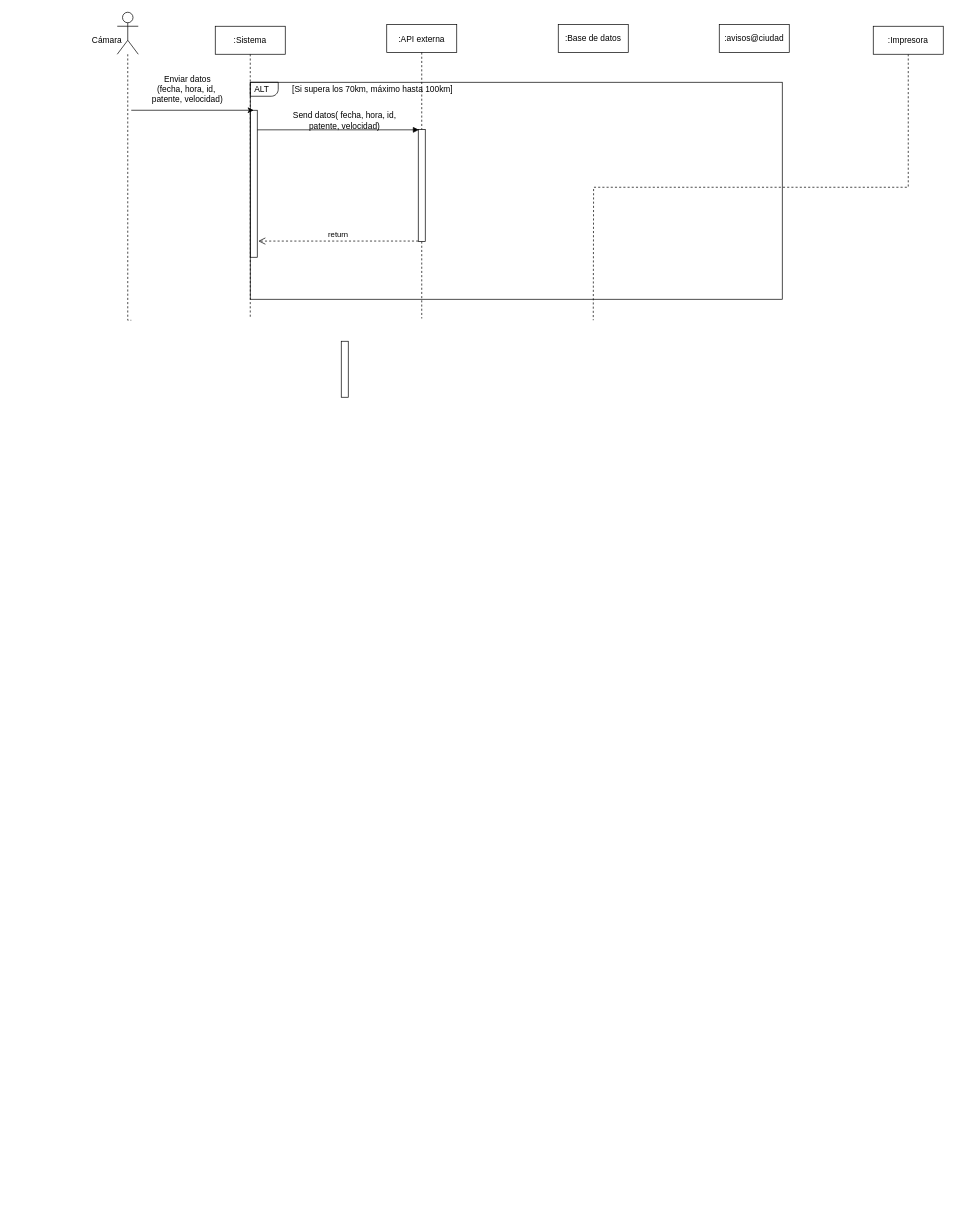
Earlier version of the draw.io diagram diagrama/Diagrama sin título.drawio (Tomas123-alt/izo-isw1-tpds). Source tidied: cells renumbered, new cells numbered last; positions are measured from the earlier drawing's top-left corner, leaving out a move shared by most shapes. Both pictures are drawn from the tidied source at 70%, with x=0, y=0 at pixel (82, 12).
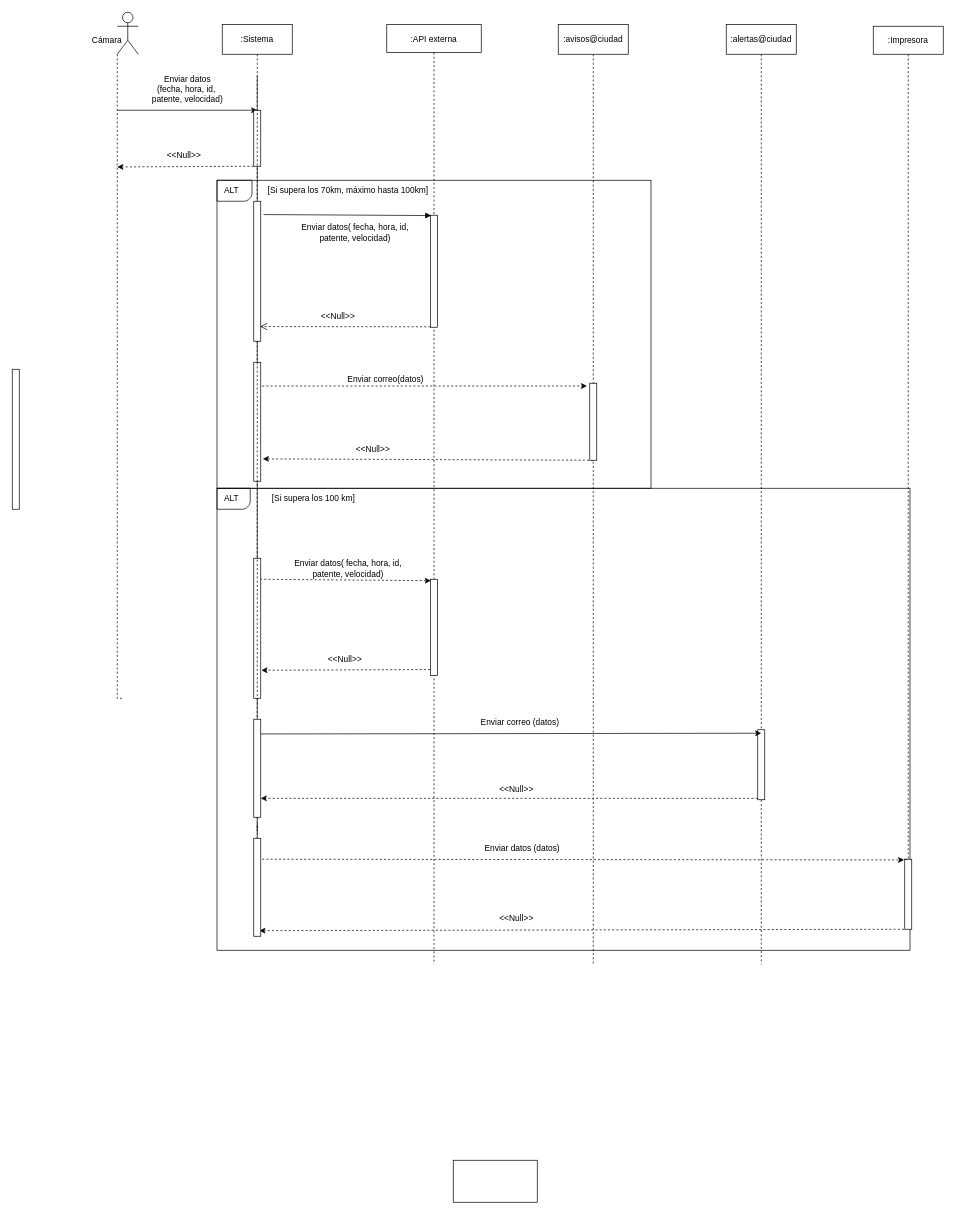
The same diagram, later.

The change refers to these unchanged cells:
```xml
<mxCell id="9" style="shape=umlActor;verticalLabelPosition=bottom;verticalAlign=top;html=1;outlineConnect=0;" parent="1" vertex="1">
  <mxGeometry x="50" width="30" height="60" as="geometry" />
</mxCell>
```

Diff of the diagram source:
```diff
@@
-    <mxCell id="2" value=":Sistema" style="shape=umlLifeline;perimeter=lifelinePerimeter;rounded=0;shadow=0;strokeWidth=1;size=40;" parent="1" vertex="1">
-      <mxGeometry x="190" y="20" width="100" height="415" as="geometry" />
-    </mxCell>
-    <mxCell id="3" style="points=[];perimeter=orthogonalPerimeter;rounded=0;shadow=0;strokeWidth=1;" parent="2" vertex="1">
-      <mxGeometry x="50" y="120" width="10" height="210" as="geometry" />
-    </mxCell>
     <mxCell id="4" value=":API externa" style="shape=umlLifeline;perimeter=lifelinePerimeter;rounded=0;shadow=0;strokeWidth=1;" parent="1" vertex="1">
-      <mxGeometry x="435" y="17.5" width="100" height="420" as="geometry" />
+      <mxGeometry x="435" y="17.5" width="135" height="1342.5" as="geometry" />
     </mxCell>
     <mxCell id="5" style="points=[];perimeter=orthogonalPerimeter;rounded=0;shadow=0;strokeWidth=1;" parent="4" vertex="1">
-      <mxGeometry x="45" y="150" width="10" height="160" as="geometry" />
+      <mxGeometry x="62.5" y="272.5" width="10" height="160" as="geometry" />
     </mxCell>
+    <mxCell id="23" style="points=[];perimeter=orthogonalPerimeter;rounded=0;shadow=0;strokeWidth=1;" parent="4" vertex="1">
+      <mxGeometry x="62.5" y="792.5" width="10" height="137.5" as="geometry" />
+    </mxCell>
+    <mxCell id="24" value="Enviar correo(datos)" style="text;html=1;align=center;verticalAlign=middle;strokeColor=none;fillColor=none;fontSize=12;" parent="4" vertex="1">
+      <mxGeometry x="-67.5" y="492.5" width="130" height="30" as="geometry" />
+    </mxCell>
-    <mxCell id="6" value="return" style="verticalAlign=bottom;endArrow=open;dashed=1;endSize=8;shadow=0;strokeWidth=1;entryX=1.15;entryY=0.89;entryDx=0;entryDy=0;entryPerimeter=0;exitX=0;exitY=0.996;exitDx=0;exitDy=0;exitPerimeter=0;" parent="1" edge="1" source="5" target="3">
+    <mxCell id="6" style="verticalAlign=bottom;endArrow=open;dashed=1;endSize=8;shadow=0;strokeWidth=1;entryX=0.9;entryY=0.895;entryDx=0;entryDy=0;entryPerimeter=0;exitX=0;exitY=0.996;exitDx=0;exitDy=0;exitPerimeter=0;fontSize=12;rounded=0;" parent="1" edge="1" source="5" target="54">
       <mxGeometry relative="1" as="geometry" />
     </mxCell>
-    <mxCell id="7" style="verticalAlign=bottom;endArrow=block;shadow=0;strokeWidth=1;entryX=0.1;entryY=0.003;entryDx=0;entryDy=0;entryPerimeter=0;" parent="1" edge="1" source="3" target="5">
+    <mxCell id="7" style="verticalAlign=bottom;endArrow=block;shadow=0;strokeWidth=1;entryX=0.1;entryY=0.003;entryDx=0;entryDy=0;entryPerimeter=0;exitX=1.4;exitY=0.095;exitDx=0;exitDy=0;exitPerimeter=0;" parent="1" edge="1" source="54" target="5">
       <mxGeometry relative="1" as="geometry" />
     </mxCell>
     <mxCell id="8" style="edgeStyle=orthogonalEdgeStyle;rounded=0;jettySize=auto;html=1;dashed=1;endArrow=none;endFill=0;" parent="1" edge="1" source="9">
       <mxGeometry relative="1" as="geometry">
-        <mxPoint x="70" y="440" as="targetPoint" />
+        <mxPoint x="60" y="980" as="targetPoint" />
         <Array as="points">
-          <mxPoint x="65" y="110" />
-          <mxPoint x="65" y="110" />
+          <mxPoint x="50" y="980" />
         </Array>
       </mxGeometry>
     </mxCell>
@@
-    <mxCell id="10" style="edgeStyle=orthogonalEdgeStyle;rounded=0;jettySize=auto;html=1;exitX=0.5;exitY=1;exitDx=0;exitDy=0;dashed=1;endArrow=none;endFill=0;" parent="1" edge="1" source="11">
-      <mxGeometry relative="1" as="geometry">
-        <mxPoint x="730" y="440" as="targetPoint" />
-      </mxGeometry>
-    </mxCell>
-    <mxCell id="11" value=":Impresora" style="rounded=1;whiteSpace=wrap;html=1;arcSize=0;" parent="1" vertex="1">
-      <mxGeometry x="1130" y="20" width="100" height="40" as="geometry" />
-    </mxCell>
+    <mxCell id="14" style="rounded=0;whiteSpace=wrap;html=1;shadow=0;fontSize=12;fillColor=none;" parent="1" vertex="1">
+      <mxGeometry x="192.5" y="680" width="990" height="660" as="geometry" />
+    </mxCell>
@@
-    <mxCell id="13" style="perimeter=orthogonalPerimeter;rounded=0;shadow=0;strokeWidth=1;" parent="1" vertex="1">
-      <mxGeometry x="370" y="470" width="10" height="80" as="geometry" />
-    </mxCell>
-    <mxCell id="14" style="rounded=0;whiteSpace=wrap;html=1;shadow=0;fontSize=12;fillColor=none;" parent="1" vertex="1">
-      <mxGeometry x="240" y="100" width="760" height="310" as="geometry" />
-    </mxCell>
@@
-    <mxCell id="16" style="endArrow=classic;html=1;rounded=0;entryX=0.5;entryY=0;entryDx=0;entryDy=0;entryPerimeter=0;" parent="1" edge="1" target="3">
+    <mxCell id="16" style="endArrow=classic;html=1;rounded=0;entryX=0.5;entryY=0;entryDx=0;entryDy=0;entryPerimeter=0;" parent="1" edge="1" target="53">
       <mxGeometry relative="1" as="geometry">
-        <mxPoint x="70" y="140" as="sourcePoint" />
+        <mxPoint x="50" y="140" as="sourcePoint" />
       </mxGeometry>
     </mxCell>
-    <mxCell id="17" style="verticalLabelPosition=bottom;verticalAlign=top;html=1;shape=mxgraph.basic.corner_round_rect;dx=6;shadow=0;fontSize=12;fillColor=none;direction=west;" parent="1" vertex="1">
-      <mxGeometry x="240" y="100" width="40" height="20" as="geometry" />
-    </mxCell>
-    <mxCell id="18" value="&amp;nbsp;ALT" style="text;html=1;strokeColor=none;fillColor=none;align=center;verticalAlign=middle;whiteSpace=wrap;rounded=0;shadow=0;fontSize=12;" parent="1" vertex="1">
-      <mxGeometry x="225" y="95" width="60" height="30" as="geometry" />
-    </mxCell>
     <mxCell id="19" value="&lt;div style=&quot;text-align: left;&quot;&gt;[Si supera los 70km, máximo hasta 100km]&lt;/div&gt;" style="text;html=1;strokeColor=none;fillColor=none;align=center;verticalAlign=middle;whiteSpace=wrap;rounded=0;shadow=0;fontSize=12;" parent="1" vertex="1">
-      <mxGeometry x="280" y="95" width="270" height="30" as="geometry" />
+      <mxGeometry x="245" y="240" width="270" height="30" as="geometry" />
     </mxCell>
-    <mxCell id="20" value="Send datos( fecha, hora, id, patente, velocidad)" style="text;html=1;strokeColor=none;fillColor=none;align=center;verticalAlign=middle;whiteSpace=wrap;rounded=0;shadow=0;fontSize=12;" parent="1" vertex="1">
-      <mxGeometry x="295" y="140" width="160" height="30" as="geometry" />
+    <mxCell id="20" value="Enviar datos( fecha, hora, id, patente, velocidad)" style="text;html=1;strokeColor=none;fillColor=none;align=center;verticalAlign=middle;whiteSpace=wrap;rounded=0;shadow=0;fontSize=12;" parent="1" vertex="1">
+      <mxGeometry x="310" y="300" width="160" height="30" as="geometry" />
     </mxCell>
+    <mxCell id="25" style="edgeStyle=orthogonalEdgeStyle;rounded=0;jettySize=auto;html=1;dashed=1;fontSize=12;endArrow=none;endFill=0;" parent="1" edge="1" source="21">
+      <mxGeometry relative="1" as="geometry">
+        <mxPoint x="730" y="1360" as="targetPoint" />
+      </mxGeometry>
+    </mxCell>
-    <mxCell id="21" value=":Base de datos" style="rounded=1;whiteSpace=wrap;html=1;arcSize=0;" parent="1" vertex="1">
-      <mxGeometry x="680" y="17.5" width="100" height="40" as="geometry" />
+    <mxCell id="21" value=":avisos@ciudad" style="rounded=0;whiteSpace=wrap;html=1;arcSize=0;" parent="1" vertex="1">
+      <mxGeometry x="680" y="17.5" width="100" height="42.5" as="geometry" />
     </mxCell>
+    <mxCell id="26" style="edgeStyle=orthogonalEdgeStyle;rounded=0;jettySize=auto;html=1;exitX=0.5;exitY=1;exitDx=0;exitDy=0;dashed=1;fontSize=12;startArrow=none;endArrow=none;endFill=0;" parent="1" edge="1" source="33">
+      <mxGeometry relative="1" as="geometry">
+        <mxPoint x="970" y="1360" as="targetPoint" />
+      </mxGeometry>
+    </mxCell>
-    <mxCell id="22" value=":avisos@ciudad" style="rounded=1;whiteSpace=wrap;html=1;arcSize=0;" parent="1" vertex="1">
-      <mxGeometry x="910" y="17.5" width="100" height="40" as="geometry" />
+    <mxCell id="22" value=":alertas@ciudad" style="rounded=0;whiteSpace=wrap;html=1;arcSize=0;" parent="1" vertex="1">
+      <mxGeometry x="920" y="17.5" width="100" height="42.5" as="geometry" />
     </mxCell>
+    <mxCell id="27" style="rounded=0;whiteSpace=wrap;html=1;shadow=0;fontSize=12;fillColor=none;" parent="1" vertex="1">
+      <mxGeometry x="192.5" y="240" width="620" height="440" as="geometry" />
+    </mxCell>
+    <mxCell id="11" value=":Impresora" style="rounded=1;whiteSpace=wrap;html=1;arcSize=0;" parent="1" vertex="1">
+      <mxGeometry x="1130" y="20" width="100" height="40" as="geometry" />
+    </mxCell>
+    <mxCell id="28" value="&amp;lt;&amp;lt;Null&amp;gt;&amp;gt;" style="text;html=1;align=center;verticalAlign=middle;strokeColor=none;fillColor=none;fontSize=12;" parent="1" vertex="1">
+      <mxGeometry x="330" y="420" width="70" height="30" as="geometry" />
+    </mxCell>
+    <mxCell id="29" style="endArrow=classic;html=1;rounded=0;dashed=1;exitX=0.5;exitY=1;exitDx=0;exitDy=0;exitPerimeter=0;entryX=1.3;entryY=0.812;entryDx=0;entryDy=0;entryPerimeter=0;" parent="1" edge="1" source="30" target="56">
+      <mxGeometry relative="1" as="geometry" />
+    </mxCell>
+    <mxCell id="30" style="points=[];perimeter=orthogonalPerimeter;rounded=0;shadow=0;strokeWidth=1;" parent="1" vertex="1">
+      <mxGeometry x="725" y="530" width="10" height="110" as="geometry" />
+    </mxCell>
+    <mxCell id="31" value="Enviar datos( fecha, hora, id, patente, velocidad)" style="text;html=1;strokeColor=none;fillColor=none;align=center;verticalAlign=middle;whiteSpace=wrap;rounded=0;shadow=0;fontSize=12;" parent="1" vertex="1">
+      <mxGeometry x="300" y="780" width="160" height="30" as="geometry" />
+    </mxCell>
+    <mxCell id="32" value="&amp;lt;&amp;lt;Null&amp;gt;&amp;gt;" style="text;html=1;align=center;verticalAlign=middle;strokeColor=none;fillColor=none;fontSize=12;" parent="1" vertex="1">
+      <mxGeometry x="340" y="910" width="70" height="30" as="geometry" />
+    </mxCell>
+    <mxCell id="33" style="points=[];perimeter=orthogonalPerimeter;rounded=0;shadow=0;strokeWidth=1;" parent="1" vertex="1">
+      <mxGeometry x="965" y="1025" width="10" height="100" as="geometry" />
+    </mxCell>
+    <mxCell id="34" style="edgeStyle=orthogonalEdgeStyle;rounded=0;jettySize=auto;html=1;exitX=0.5;exitY=1;exitDx=0;exitDy=0;dashed=1;fontSize=12;endArrow=none;" parent="1" edge="1" source="22" target="33">
+      <mxGeometry relative="1" as="geometry" />
+    </mxCell>
+    <mxCell id="35" style="endArrow=classic;html=1;rounded=0;fontSize=12;exitX=0;exitY=0.98;exitDx=0;exitDy=0;exitPerimeter=0;dashed=1;entryX=1;entryY=0.807;entryDx=0;entryDy=0;entryPerimeter=0;" parent="1" edge="1" source="33" target="59">
+      <mxGeometry relative="1" as="geometry" />
+    </mxCell>
+    <mxCell id="36" value="Enviar correo (datos)" style="text;html=1;align=center;verticalAlign=middle;strokeColor=none;fillColor=none;fontSize=12;" parent="1" vertex="1">
+      <mxGeometry x="555" y="1000" width="140" height="30" as="geometry" />
+    </mxCell>
+    <mxCell id="37" value="&amp;lt;&amp;lt;Null&amp;gt;&amp;gt;" style="text;html=1;align=center;verticalAlign=middle;strokeColor=none;fillColor=none;fontSize=12;" parent="1" vertex="1">
+      <mxGeometry x="585" y="1095" width="70" height="30" as="geometry" />
+    </mxCell>
+    <mxCell id="38" style="perimeter=orthogonalPerimeter;rounded=0;shadow=0;strokeWidth=1;" parent="1" vertex="1">
+      <mxGeometry x="-100" y="510" width="10" height="200" as="geometry" />
+    </mxCell>
+    <mxCell id="39" style="points=[];perimeter=orthogonalPerimeter;rounded=0;shadow=0;strokeWidth=1;" parent="1" vertex="1">
+      <mxGeometry x="1175" y="1210" width="10" height="100" as="geometry" />
+    </mxCell>
+    <mxCell id="40" style="edgeStyle=orthogonalEdgeStyle;rounded=0;jettySize=auto;html=1;exitX=0.5;exitY=1;exitDx=0;exitDy=0;dashed=1;endArrow=none;endFill=0;" parent="1" edge="1" target="39">
+      <mxGeometry relative="1" as="geometry">
+        <mxPoint x="1180" y="60" as="sourcePoint" />
+        <Array as="points">
+          <mxPoint x="1170" y="1210" />
+          <mxPoint x="1170" y="1210" />
+        </Array>
+      </mxGeometry>
+    </mxCell>
+    <mxCell id="41" style="endArrow=classic;html=1;rounded=0;fontSize=12;exitX=-0.1;exitY=1;exitDx=0;exitDy=0;exitPerimeter=0;entryX=1.3;entryY=0.88;entryDx=0;entryDy=0;entryPerimeter=0;dashed=1;" parent="1" edge="1" source="39">
+      <mxGeometry relative="1" as="geometry">
+        <mxPoint x="253" y="1312" as="targetPoint" />
+      </mxGeometry>
+    </mxCell>
+    <mxCell id="42" style="rounded=0;whiteSpace=wrap;html=1;fontSize=12;fillColor=none;" parent="1" vertex="1">
+      <mxGeometry x="530" y="1640" width="120" height="60" as="geometry" />
+    </mxCell>
+    <mxCell id="43" value="Enviar datos (datos)&amp;nbsp;" style="text;html=1;align=center;verticalAlign=middle;strokeColor=none;fillColor=none;fontSize=12;" parent="1" vertex="1">
+      <mxGeometry x="565" y="1180" width="130" height="30" as="geometry" />
+    </mxCell>
+    <mxCell id="44" value="&amp;lt;&amp;lt;Null&amp;gt;&amp;gt;" style="text;html=1;align=center;verticalAlign=middle;strokeColor=none;fillColor=none;fontSize=12;" parent="1" vertex="1">
+      <mxGeometry x="585" y="1280" width="70" height="30" as="geometry" />
+    </mxCell>
+    <mxCell id="45" value="&amp;lt;&amp;lt;Null&amp;gt;&amp;gt;" style="text;html=1;align=center;verticalAlign=middle;strokeColor=none;fillColor=none;fontSize=12;" parent="1" vertex="1">
+      <mxGeometry x="380" y="610" width="70" height="30" as="geometry" />
+    </mxCell>
+    <mxCell id="46" style="endArrow=classic;html=1;rounded=0;dashed=1;fontSize=12;exitX=0;exitY=1;exitDx=0;exitDy=0;exitPerimeter=0;" parent="1" edge="1" source="53">
+      <mxGeometry relative="1" as="geometry">
+        <mxPoint x="50" y="221" as="targetPoint" />
+      </mxGeometry>
+    </mxCell>
+    <mxCell id="47" value="&amp;lt;&amp;lt;Null&amp;gt;&amp;gt;" style="text;html=1;align=center;verticalAlign=middle;strokeColor=none;fillColor=none;fontSize=12;" parent="1" vertex="1">
+      <mxGeometry x="110" y="190" width="70" height="30" as="geometry" />
+    </mxCell>
+    <mxCell id="48" style="endArrow=classic;html=1;rounded=0;fontSize=12;dashed=1;exitX=-0.05;exitY=0.938;exitDx=0;exitDy=0;exitPerimeter=0;entryX=1.6;entryY=0.8;entryDx=0;entryDy=0;entryPerimeter=0;" parent="1" edge="1" source="23">
+      <mxGeometry relative="1" as="geometry">
+        <mxPoint x="256" y="940" as="targetPoint" />
+      </mxGeometry>
+    </mxCell>
+    <mxCell id="49" style="endArrow=classic;html=1;rounded=0;dashed=1;fontSize=12;entryX=0.05;entryY=0.015;entryDx=0;entryDy=0;entryPerimeter=0;exitX=0.9;exitY=0.15;exitDx=0;exitDy=0;exitPerimeter=0;" parent="1" edge="1" source="58" target="23">
+      <mxGeometry relative="1" as="geometry" />
+    </mxCell>
+    <mxCell id="50" style="endArrow=classic;html=1;rounded=0;fontSize=12;exitX=0.9;exitY=0.15;exitDx=0;exitDy=0;exitPerimeter=0;entryX=0.5;entryY=0.05;entryDx=0;entryDy=0;entryPerimeter=0;" parent="1" edge="1" source="59" target="33">
+      <mxGeometry relative="1" as="geometry" />
+    </mxCell>
+    <mxCell id="51" value="ALT" style="text;html=1;align=center;verticalAlign=middle;strokeColor=none;fillColor=none;fontSize=12;" parent="1" vertex="1">
+      <mxGeometry x="192.5" y="240" width="40" height="30" as="geometry" />
+    </mxCell>
+    <mxCell id="52" style="edgeStyle=orthogonalEdgeStyle;rounded=0;jettySize=auto;html=1;exitX=0.5;exitY=1;exitDx=0;exitDy=0;dashed=1;fontSize=12;endArrow=none;endFill=0;startArrow=none;" parent="1" edge="1" source="62">
+      <mxGeometry relative="1" as="geometry">
+        <mxPoint x="250" y="1319" as="targetPoint" />
+        <Array as="points">
+          <mxPoint x="250" y="90" />
+          <mxPoint x="250" y="90" />
+        </Array>
+      </mxGeometry>
+    </mxCell>
+    <mxCell id="2" value=":Sistema" style="rounded=0;whiteSpace=wrap;html=1;arcSize=0;" parent="1" vertex="1">
+      <mxGeometry x="200" y="17.5" width="100" height="42.5" as="geometry" />
+    </mxCell>
+    <mxCell id="53" style="points=[];perimeter=orthogonalPerimeter;rounded=0;shadow=0;strokeWidth=1;" parent="1" vertex="1">
+      <mxGeometry x="245" y="140" width="10" height="80" as="geometry" />
+    </mxCell>
+    <mxCell id="54" style="points=[];perimeter=orthogonalPerimeter;rounded=0;shadow=0;strokeWidth=1;" parent="1" vertex="1">
+      <mxGeometry x="245" y="270" width="10" height="200" as="geometry" />
+    </mxCell>
+    <mxCell id="55" style="edgeStyle=orthogonalEdgeStyle;rounded=0;jettySize=auto;exitX=0.5;exitY=1;exitDx=0;exitDy=0;dashed=1;fontSize=12;endArrow=none;endFill=0;fontColor=default;labelBackgroundColor=none;" parent="1" edge="1" source="2" target="54">
+      <mxGeometry relative="1" as="geometry" />
+    </mxCell>
+    <mxCell id="56" style="points=[];perimeter=orthogonalPerimeter;rounded=0;shadow=0;strokeWidth=1;" parent="1" vertex="1">
+      <mxGeometry x="245" y="500" width="10" height="170" as="geometry" />
+    </mxCell>
+    <mxCell id="57" style="endArrow=classic;html=1;rounded=0;dashed=1;fontSize=12;exitX=1.2;exitY=0.2;exitDx=0;exitDy=0;exitPerimeter=0;entryX=-0.4;entryY=0.036;entryDx=0;entryDy=0;entryPerimeter=0;" parent="1" edge="1" source="56" target="30">
+      <mxGeometry relative="1" as="geometry" />
+    </mxCell>
+    <mxCell id="58" style="points=[];perimeter=orthogonalPerimeter;rounded=0;shadow=0;strokeWidth=1;" parent="1" vertex="1">
+      <mxGeometry x="245" y="780" width="10" height="200" as="geometry" />
+    </mxCell>
+    <mxCell id="59" style="points=[];perimeter=orthogonalPerimeter;rounded=0;shadow=0;strokeWidth=1;" parent="1" vertex="1">
+      <mxGeometry x="245" y="1010" width="10" height="140" as="geometry" />
+    </mxCell>
+    <mxCell id="60" style="edgeStyle=orthogonalEdgeStyle;rounded=0;jettySize=auto;html=1;exitX=0.5;exitY=1;exitDx=0;exitDy=0;dashed=1;fontSize=12;endArrow=none;endFill=0;startArrow=none;strokeColor=default;" parent="1" edge="1" source="54" target="59">
+      <mxGeometry relative="1" as="geometry" />
+    </mxCell>
+    <mxCell id="61" style="endArrow=classic;html=1;rounded=0;dashed=1;fontSize=12;entryX=-0.1;entryY=0.01;entryDx=0;entryDy=0;entryPerimeter=0;exitX=1.2;exitY=0.214;exitDx=0;exitDy=0;exitPerimeter=0;" parent="1" edge="1" source="62" target="39">
+      <mxGeometry relative="1" as="geometry" />
+    </mxCell>
+    <mxCell id="62" style="points=[];perimeter=orthogonalPerimeter;rounded=0;shadow=0;strokeWidth=1;" parent="1" vertex="1">
+      <mxGeometry x="245" y="1180" width="10" height="140" as="geometry" />
+    </mxCell>
+    <mxCell id="63" style="edgeStyle=orthogonalEdgeStyle;rounded=0;jettySize=auto;html=1;exitX=0.5;exitY=1;exitDx=0;exitDy=0;dashed=1;fontSize=12;endArrow=none;endFill=0;startArrow=none;" parent="1" edge="1" source="59" target="62">
+      <mxGeometry relative="1" as="geometry" />
+    </mxCell>
+    <mxCell id="64" value="ALT" style="text;html=1;align=center;verticalAlign=middle;strokeColor=none;fillColor=none;fontSize=12;" parent="1" vertex="1">
+      <mxGeometry x="192.5" y="680" width="40" height="30" as="geometry" />
+    </mxCell>
+    <mxCell id="65" style="verticalLabelPosition=bottom;verticalAlign=top;html=1;shape=mxgraph.basic.corner_round_rect;dx=6;rounded=0;fontSize=12;fillColor=none;direction=west;" parent="1" vertex="1">
+      <mxGeometry x="192.5" y="240" width="50" height="30" as="geometry" />
+    </mxCell>
+    <mxCell id="66" style="verticalLabelPosition=bottom;verticalAlign=top;html=1;shape=mxgraph.basic.corner_round_rect;dx=6;rounded=0;fontSize=12;fillColor=none;direction=west;" parent="1" vertex="1">
+      <mxGeometry x="192.5" y="680" width="47.5" height="30" as="geometry" />
+    </mxCell>
+    <mxCell id="67" value="[Si supera los 100 km]" style="text;html=1;align=center;verticalAlign=middle;strokeColor=none;fillColor=none;fontSize=12;" parent="1" vertex="1">
+      <mxGeometry x="260" y="680" width="140" height="30" as="geometry" />
+    </mxCell>
```
